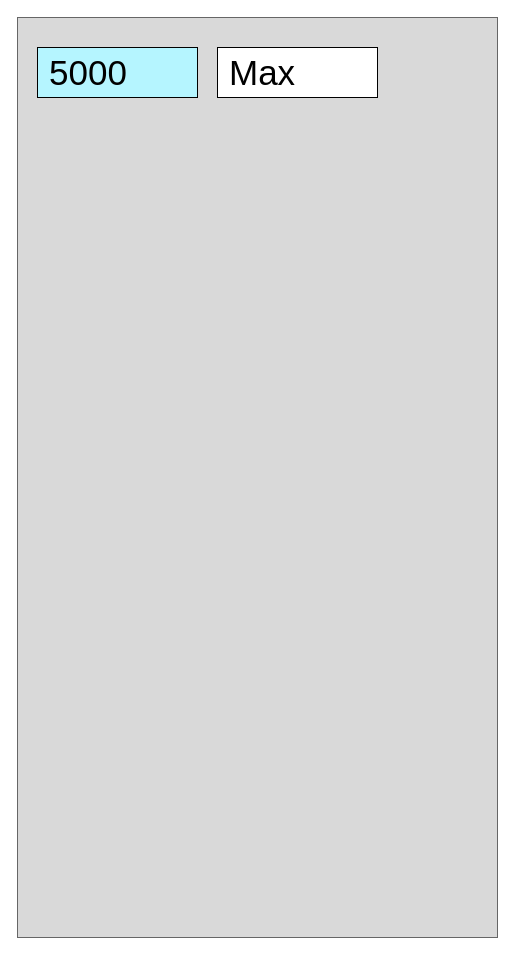
The draw.io diagram Diagrama sin título.drawio in javtr/diagramas, before the edit. Source tidied: cells renumbered, new cells numbered last; positions are measured from the earlier drawing's top-left corner, leaving out a move shared by most shapes. Both pictures are drawn from the tidied source at 100%, with x=0, y=0 at pixel (17, 17).
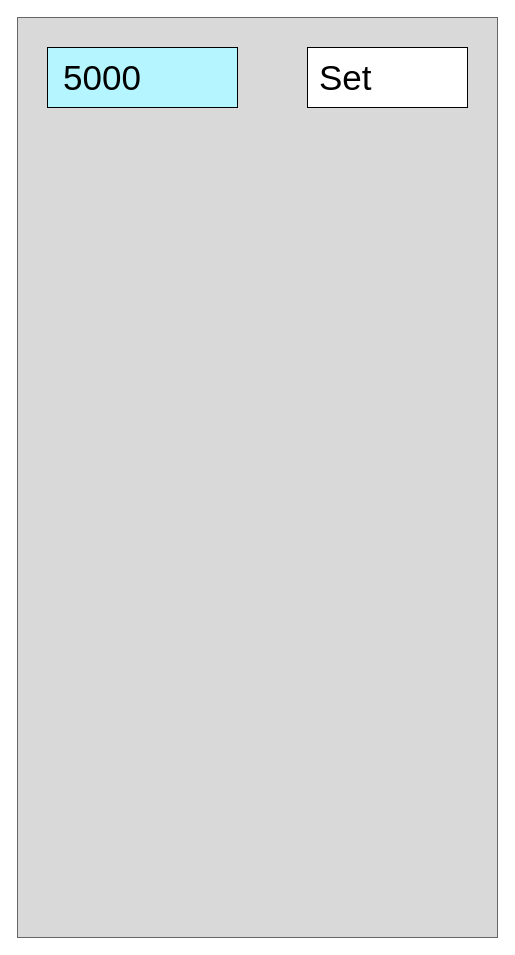
The same diagram, later.

Change to the diagram source:
```diff
@@
 <mxGraphModel>
   <root>
     <mxCell id="0" />
     <mxCell id="1" parent="0" />
     <mxCell id="2" style="rounded=0;whiteSpace=wrap;html=1;fillColor=#D9D9D9;fontColor=#333333;strokeColor=#666666;" parent="1" vertex="1">
       <mxGeometry width="480" height="920" as="geometry" />
     </mxCell>
-    <mxCell id="3" value="5000" style="rounded=0;whiteSpace=wrap;html=1;fontSize=35;align=left;spacingLeft=10;fillColor=#B5F5FF;" parent="1" vertex="1">
-      <mxGeometry x="20" y="30" width="160" height="50" as="geometry" />
+    <mxCell id="3" value="5000" style="rounded=0;whiteSpace=wrap;html=1;fontSize=35;align=left;spacingLeft=14;fillColor=#B5F5FF;" parent="1" vertex="1">
+      <mxGeometry x="30" y="30" width="190" height="60" as="geometry" />
     </mxCell>
-    <mxCell id="4" value="Max" style="rounded=0;whiteSpace=wrap;html=1;fontSize=35;align=left;spacingLeft=10;" parent="1" vertex="1">
-      <mxGeometry x="200" y="30" width="160" height="50" as="geometry" />
+    <mxCell id="4" value="Set" style="rounded=0;whiteSpace=wrap;html=1;fontSize=35;align=left;spacingLeft=10;strokeColor=#000000;" parent="1" vertex="1">
+      <mxGeometry x="290" y="30" width="160" height="60" as="geometry" />
     </mxCell>
   </root>
 </mxGraphModel>
```
